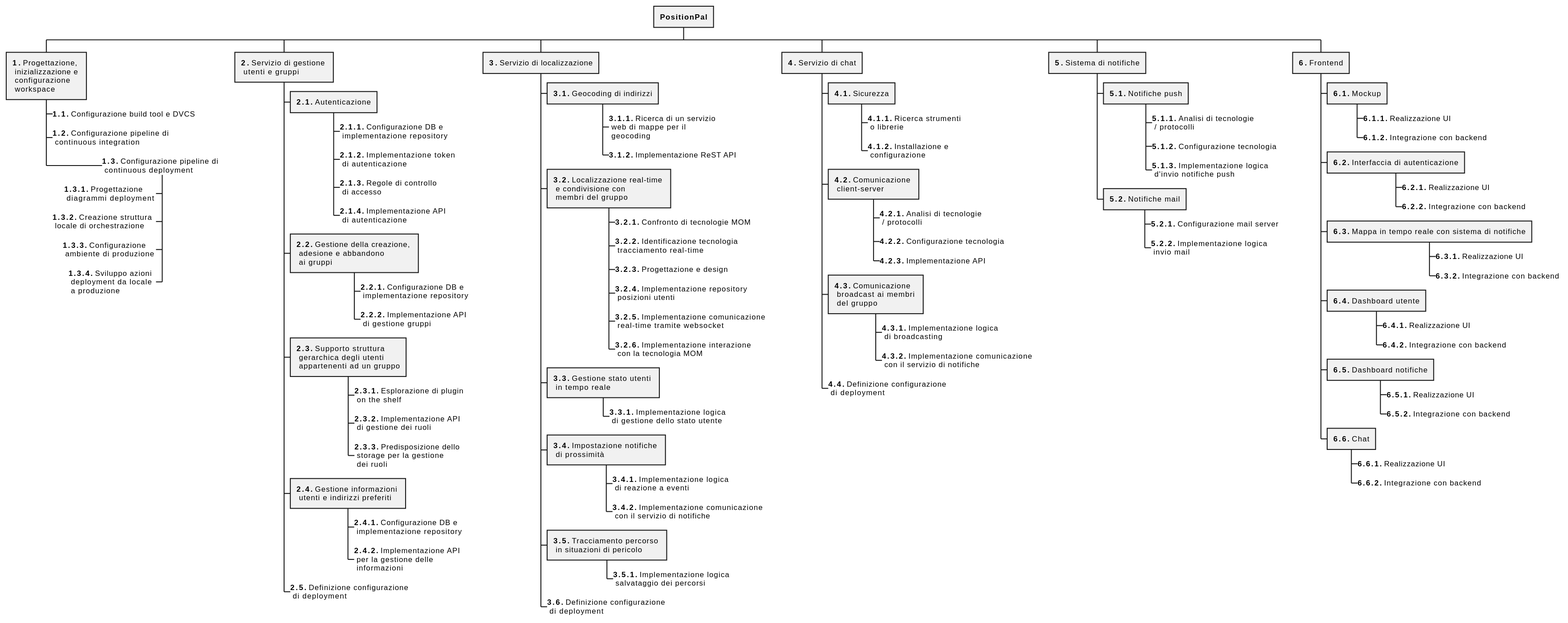
Before: res/wbs.svg, a diagram exported from PlantUML (position-pal/PM-report). The source it was exported from:
```plantuml
@startwbs wbs

+ **PositionPal**

++ **1.** Progettazione, \n inizializzazione e \n configurazione \n workspace
+++_ **1.1.** Configurazione build tool e DVCS
+++_ **1.2.** Configurazione pipeline di \n continuous integration
+++_ **1.3.** Configurazione pipeline di \n continuous deployment
+++-_ **1.3.1.** Progettazione \n diagrammi deployment
+++-_ **1.3.2.** Creazione struttura \n locale di orchestrazione
+++-_ **1.3.3.** Configurazione \n ambiente di produzione
+++-_ **1.3.4.** Sviluppo azioni \n deployment da locale \n a produzione

++ **2.** Servizio di gestione \n utenti e gruppi
+++ **2.1.** Autenticazione
++++_ **2.1.1.** Configurazione DB e \n implementazione repository
++++_ **2.1.2.** Implementazione token \n di autenticazione
++++_ **2.1.3.** Regole di controllo \n di accesso
++++_ **2.1.4.** Implementazione API \n di autenticazione
+++ **2.2.** Gestione della creazione, \n adesione e abbandono \n ai gruppi
++++_ **2.2.1.** Configurazione DB e \n implementazione repository
++++_ **2.2.2.** Implementazione API \n di gestione gruppi
+++ **2.3.** Supporto struttura \n gerarchica degli utenti \n appartenenti ad un gruppo
++++_ **2.3.1.** Esplorazione di plugin \n on the shelf
++++_ **2.3.2.** Implementazione API \n di gestione dei ruoli
++++_ **2.3.3.** Predisposizione dello \n storage per la gestione \n dei ruoli
+++ **2.4.** Gestione informazioni \n utenti e indirizzi preferiti
++++_ **2.4.1.** Configurazione DB e \n implementazione repository
++++_ **2.4.2.** Implementazione API \n per la gestione delle \n informazioni
+++_ **2.5.** Definizione configurazione \n di deployment

++ **3.** Servizio di localizzazione
+++ **3.1.** Geocoding di indirizzi
++++_ **3.1.1.** Ricerca di un servizio \n web di mappe per il \n geocoding
++++_ **3.1.2.** Implementazione ReST API
+++ **3.2.** Localizzazione real-time \n e condivisione con \n membri del gruppo
++++_ **3.2.1.** Confronto di tecnologie MOM
++++_ **3.2.2.** Identificazione tecnologia \n tracciamento real-time
++++_ **3.2.3.** Progettazione e design
++++_ **3.2.4.** Implementazione repository \n posizioni utenti
++++_ **3.2.5.** Implementazione comunicazione \n real-time tramite websocket
++++_ **3.2.6.** Implementazione interazione \n con la tecnologia MOM
+++ **3.3.** Gestione stato utenti \n in tempo reale
++++_ **3.3.1.** Implementazione logica \n di gestione dello stato utente
+++ **3.4.** Impostazione notifiche \n di prossimità
++++_ **3.4.1.** Implementazione logica \n di reazione a eventi
++++_ **3.4.2.** Implementazione comunicazione \n con il servizio di notifiche
+++ **3.5.** Tracciamento percorso \n in situazioni di pericolo
++++_ **3.5.1.** Implementazione logica \n salvataggio dei percorsi
+++_ **3.6.** Definizione configurazione \n di deployment

++ **4.** Servizio di chat
+++ **4.1.** Sicurezza
++++_ **4.1.1.** Ricerca strumenti \n o librerie
++++_ **4.1.2.** Installazione e \n configurazione
+++ **4.2.** Comunicazione \n client-server
++++_ **4.2.1.** Analisi di tecnologie \n / protocolli
++++_ **4.2.2.** Configurazione tecnologia
++++_ **4.2.3.** Implementazione API
+++ **4.3.** Comunicazione \n broadcast ai membri \n del gruppo
++++_ **4.3.1.** Implementazione logica \n di broadcasting
++++_ **4.3.2.** Implementazione comunicazione \n con il servizio di notifiche
+++_ **4.4.** Definizione configurazione \n di deployment

++ **5.** Sistema di notifiche
+++ **5.1.** Notifiche push
++++_ **5.1.1.** Analisi di tecnologie \n / protocolli
++++_ **5.1.2.** Configurazione tecnologia
++++_ **5.1.3.** Implementazione logica \n d'invio notifiche push
+++ **5.2.** Notifiche mail
++++_ **5.2.1.** Configurazione mail server
++++_ **5.2.2.** Implementazione logica \n invio mail

++ **6.** Frontend
+++ **6.1.** Mockup
++++_ **6.1.1.** Realizzazione UI
++++_ **6.1.2.** Integrazione con backend
+++ **6.2.** Interfaccia di autenticazione
++++_ **6.2.1.** Realizzazione UI
++++_ **6.2.2.** Integrazione con backend
+++ **6.3.** Mappa in tempo reale con sistema di notifiche
++++_ **6.3.1.** Realizzazione UI
++++_ **6.3.2.** Integrazione con backend
+++ **6.4.** Dashboard utente
++++_ **6.4.1.** Realizzazione UI
++++_ **6.4.2.** Integrazione con backend
+++ **6.5.** Dashboard notifiche
++++_ **6.5.1.** Realizzazione UI
++++_ **6.5.2.** Integrazione con backend
+++ **6.6.** Chat
++++_ **6.6.1.** Realizzazione UI
++++_ **6.6.2.** Integrazione con backend

@endwbs
```
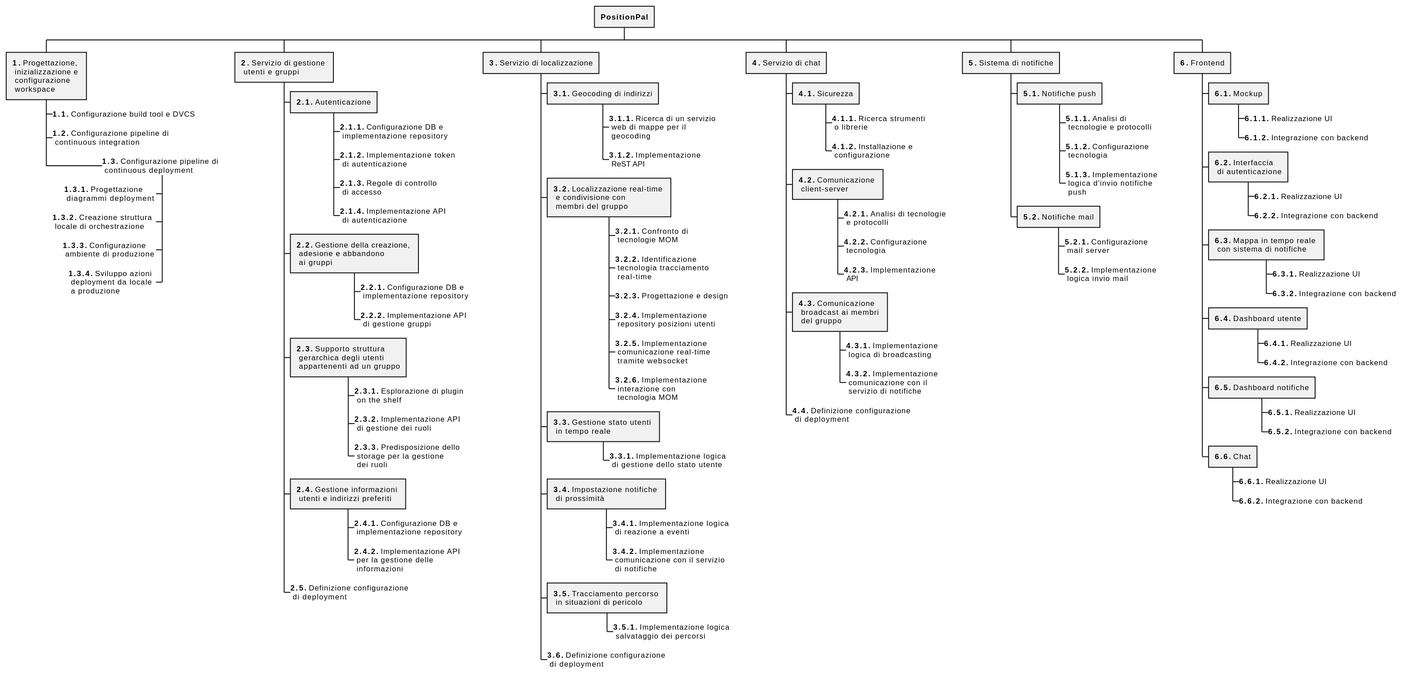
The same file after the commit.

Diff of the diagram source:
```diff
@@ -32,19 +32,19 @@
 ++ **3.** Servizio di localizzazione
 +++ **3.1.** Geocoding di indirizzi
 ++++_ **3.1.1.** Ricerca di un servizio \n web di mappe per il \n geocoding
-++++_ **3.1.2.** Implementazione ReST API
+++++_ **3.1.2.** Implementazione \n ReST API
 +++ **3.2.** Localizzazione real-time \n e condivisione con \n membri del gruppo
-++++_ **3.2.1.** Confronto di tecnologie MOM
-++++_ **3.2.2.** Identificazione tecnologia \n tracciamento real-time
+++++_ **3.2.1.** Confronto di \n tecnologie MOM
+++++_ **3.2.2.** Identificazione \n tecnologia tracciamento \n real-time
 ++++_ **3.2.3.** Progettazione e design
-++++_ **3.2.4.** Implementazione repository \n posizioni utenti
-++++_ **3.2.5.** Implementazione comunicazione \n real-time tramite websocket
-++++_ **3.2.6.** Implementazione interazione \n con la tecnologia MOM
+++++_ **3.2.4.** Implementazione \n repository posizioni utenti
+++++_ **3.2.5.** Implementazione \n comunicazione real-time \n tramite websocket
+++++_ **3.2.6.** Implementazione \n interazione con \n tecnologia MOM
 +++ **3.3.** Gestione stato utenti \n in tempo reale
 ++++_ **3.3.1.** Implementazione logica \n di gestione dello stato utente
 +++ **3.4.** Impostazione notifiche \n di prossimità
 ++++_ **3.4.1.** Implementazione logica \n di reazione a eventi
-++++_ **3.4.2.** Implementazione comunicazione \n con il servizio di notifiche
+++++_ **3.4.2.** Implementazione \n comunicazione con il servizio \n di notifiche
 +++ **3.5.** Tracciamento percorso \n in situazioni di pericolo
 ++++_ **3.5.1.** Implementazione logica \n salvataggio dei percorsi
 +++_ **3.6.** Definizione configurazione \n di deployment
@@ -54,31 +54,31 @@
 ++++_ **4.1.1.** Ricerca strumenti \n o librerie
 ++++_ **4.1.2.** Installazione e \n configurazione
 +++ **4.2.** Comunicazione \n client-server
-++++_ **4.2.1.** Analisi di tecnologie \n / protocolli
-++++_ **4.2.2.** Configurazione tecnologia
-++++_ **4.2.3.** Implementazione API
+++++_ **4.2.1.** Analisi di tecnologie \n e protocolli
+++++_ **4.2.2.** Configurazione \n tecnologia
+++++_ **4.2.3.** Implementazione \n API
 +++ **4.3.** Comunicazione \n broadcast ai membri \n del gruppo
-++++_ **4.3.1.** Implementazione logica \n di broadcasting
-++++_ **4.3.2.** Implementazione comunicazione \n con il servizio di notifiche
+++++_ **4.3.1.** Implementazione \n logica di broadcasting
+++++_ **4.3.2.** Implementazione \n comunicazione con il \n servizio di notifiche
 +++_ **4.4.** Definizione configurazione \n di deployment
 
 ++ **5.** Sistema di notifiche
 +++ **5.1.** Notifiche push
-++++_ **5.1.1.** Analisi di tecnologie \n / protocolli
-++++_ **5.1.2.** Configurazione tecnologia
-++++_ **5.1.3.** Implementazione logica \n d'invio notifiche push
+++++_ **5.1.1.** Analisi di \n tecnologie e protocolli
+++++_ **5.1.2.** Configurazione \n tecnologia
+++++_ **5.1.3.** Implementazione \n logica d'invio notifiche \n push
 +++ **5.2.** Notifiche mail
-++++_ **5.2.1.** Configurazione mail server
-++++_ **5.2.2.** Implementazione logica \n invio mail
+++++_ **5.2.1.** Configurazione \n mail server
+++++_ **5.2.2.** Implementazione \n logica invio mail
 
 ++ **6.** Frontend
 +++ **6.1.** Mockup
 ++++_ **6.1.1.** Realizzazione UI
 ++++_ **6.1.2.** Integrazione con backend
-+++ **6.2.** Interfaccia di autenticazione
++++ **6.2.** Interfaccia \n di autenticazione
 ++++_ **6.2.1.** Realizzazione UI
 ++++_ **6.2.2.** Integrazione con backend
-+++ **6.3.** Mappa in tempo reale con sistema di notifiche
++++ **6.3.** Mappa in tempo reale \n con sistema di notifiche
 ++++_ **6.3.1.** Realizzazione UI
 ++++_ **6.3.2.** Integrazione con backend
 +++ **6.4.** Dashboard utente
```
